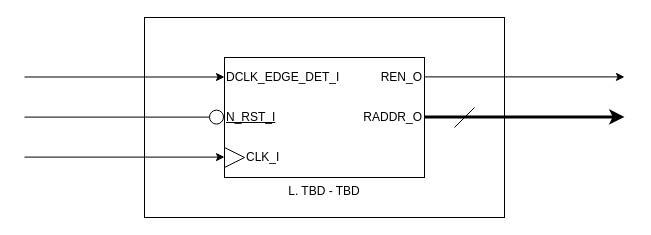
Before: 06_FIREEEE_ROM_CTRL/Diagram/Block/FIREEEE_ROM_CTRL_Block.drawio in AUDIY/FIREEEE, a draw.io diagram. Source tidied: cells renumbered, new cells numbered last; positions are measured from the earlier drawing's top-left corner, leaving out a move shared by most shapes. Both pictures are drawn from the tidied source at 100%, with x=0, y=0 at pixel (24, 17).
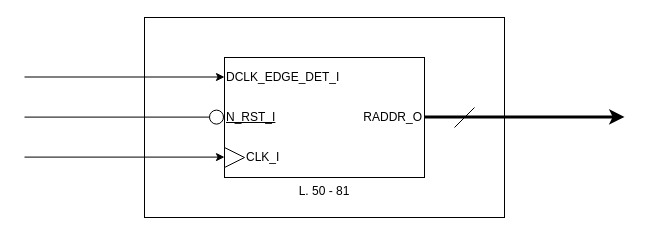
The same page after the edit.

What changed in the source:
```diff
@@
-    <mxCell id="8" value="REN_O" style="text;html=1;whiteSpace=wrap;strokeColor=none;fillColor=none;align=right;verticalAlign=middle;rounded=0;" parent="1" vertex="1">
-      <mxGeometry x="320" y="50" width="80" height="20" as="geometry" />
-    </mxCell>
@@
-    <mxCell id="13" style="endArrow=classic;html=1;rounded=0;" parent="1" edge="1">
-      <mxGeometry relative="1" as="geometry">
-        <mxPoint x="400" y="59.4" as="sourcePoint" />
-        <mxPoint x="600" y="59.4" as="targetPoint" />
-      </mxGeometry>
-    </mxCell>
@@
-    <mxCell id="16" value="L. TBD - TBD" style="text;html=1;whiteSpace=wrap;strokeColor=none;fillColor=none;align=center;verticalAlign=top;rounded=0;" parent="1" vertex="1">
+    <mxCell id="16" value="L. 50 - 81" style="text;html=1;whiteSpace=wrap;strokeColor=none;fillColor=none;align=center;verticalAlign=top;rounded=0;" parent="1" vertex="1">
       <mxGeometry x="200" y="160" width="200" height="40" as="geometry" />
     </mxCell>
```
